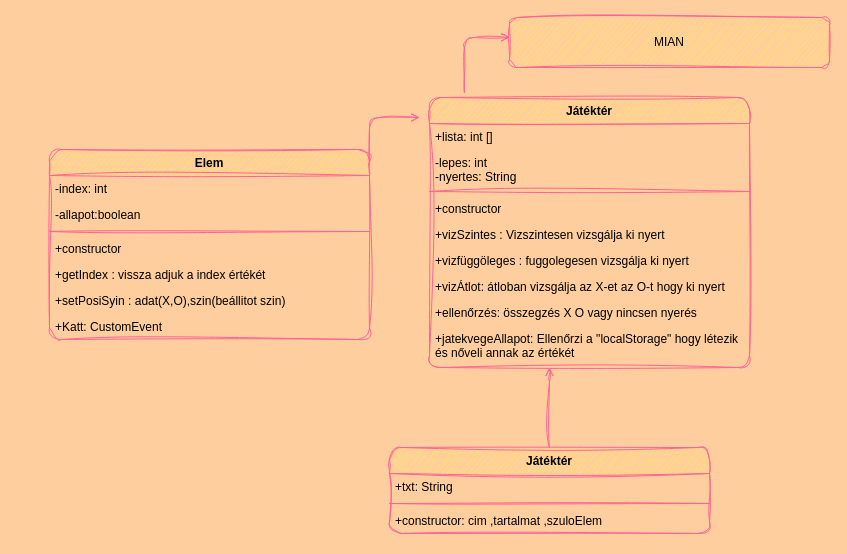
Before: tictactoe/tictactoe.drawio in sandbox-jatek/aktivjatekok, a draw.io diagram. Source tidied: cells renumbered, new cells numbered last; positions are measured from the earlier drawing's top-left corner, leaving out a move shared by most shapes. Both pictures are drawn from the tidied source at 100%, with x=0, y=0 at pixel (49, 17).
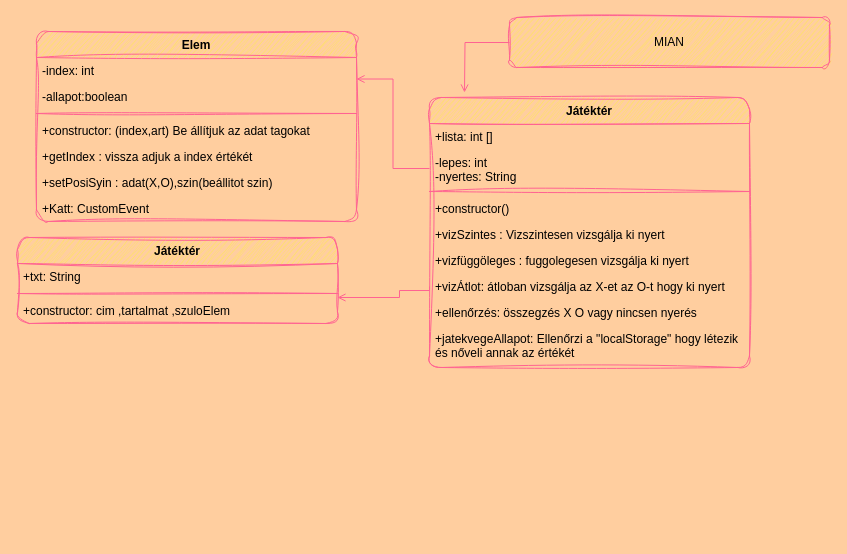
After the change.

Commit message (it also covers changes not shown here):
Ujitot UML tábla javitva

Unchanged cells that the change refers to:
```xml
<mxCell id="10" value="Játéktér" style="swimlane;fontStyle=1;align=center;verticalAlign=top;horizontal=1;startSize=26;whiteSpace=wrap;html=1;sketch=1;curveFitting=1;jiggle=2;rounded=1;labelBackgroundColor=none;fillColor=#FFE45E;strokeColor=#FF6392;fontColor=#000000;" parent="1" vertex="1">
  <mxGeometry x="380" y="80" width="320" height="270" as="geometry" />
</mxCell>
<mxCell id="12" value="-lepes: int&amp;nbsp;&lt;br&gt;-nyertes: String" style="text;strokeColor=none;fillColor=none;align=left;verticalAlign=top;spacingLeft=4;spacingRight=4;overflow=hidden;points=[[0,0.5],[1,0.5]];portConstraint=eastwest;whiteSpace=wrap;html=1;sketch=1;curveFitting=1;jiggle=2;rounded=1;labelBackgroundColor=none;fontColor=#000000;" parent="10" vertex="1">
  <mxGeometry y="52" width="320" height="38" as="geometry" />
</mxCell>
<mxCell id="17" value="+vizÁtlot: átloban vizsgálja az X-et az O-t hogy ki nyert&amp;nbsp;" style="text;strokeColor=none;fillColor=none;align=left;verticalAlign=top;spacingLeft=4;spacingRight=4;overflow=hidden;points=[[0,0.5],[1,0.5]];portConstraint=eastwest;whiteSpace=wrap;html=1;sketch=1;curveFitting=1;jiggle=2;rounded=1;labelBackgroundColor=none;fontColor=#000000;" parent="10" vertex="1">
  <mxGeometry y="176" width="320" height="26" as="geometry" />
</mxCell>
<mxCell id="20" value="MIAN" style="html=1;whiteSpace=wrap;sketch=1;curveFitting=1;jiggle=2;rounded=1;labelBackgroundColor=none;fillColor=#FFE45E;strokeColor=#FF6392;fontColor=#000000;" parent="1" vertex="1">
  <mxGeometry x="460" width="320" height="50" as="geometry" />
</mxCell>
```

The edit, as a diff of the source:
```diff
@@
     <mxCell id="2" value="Elem" style="swimlane;fontStyle=1;align=center;verticalAlign=top;horizontal=1;startSize=26;whiteSpace=wrap;html=1;sketch=1;curveFitting=1;jiggle=2;rounded=1;labelBackgroundColor=none;fillColor=#FFE45E;strokeColor=#FF6392;fontColor=#000000;" parent="1" vertex="1">
-      <mxGeometry y="132" width="320" height="190" as="geometry" />
+      <mxGeometry x="-13" y="14" width="320" height="190" as="geometry" />
     </mxCell>
@@
-    <mxCell id="6" value="+constructor" style="text;strokeColor=none;fillColor=none;align=left;verticalAlign=top;spacingLeft=4;spacingRight=4;overflow=hidden;whiteSpace=wrap;html=1;sketch=1;curveFitting=1;jiggle=2;rounded=1;labelBackgroundColor=none;fontColor=#000000;" parent="2" vertex="1">
+    <mxCell id="6" value="+constructor: (index,art) Be állítjuk az adat tagokat" style="text;strokeColor=none;fillColor=none;align=left;verticalAlign=top;spacingLeft=4;spacingRight=4;overflow=hidden;whiteSpace=wrap;html=1;sketch=1;curveFitting=1;jiggle=2;rounded=1;labelBackgroundColor=none;fontColor=#000000;" parent="2" vertex="1">
       <mxGeometry y="86" width="320" height="26" as="geometry" />
     </mxCell>
@@
-    <mxCell id="14" value="+constructor" style="text;strokeColor=none;fillColor=none;align=left;verticalAlign=top;spacingLeft=4;spacingRight=4;overflow=hidden;whiteSpace=wrap;html=1;sketch=1;curveFitting=1;jiggle=2;rounded=1;labelBackgroundColor=none;fontColor=#000000;" parent="10" vertex="1">
+    <mxCell id="14" value="+constructor()" style="text;strokeColor=none;fillColor=none;align=left;verticalAlign=top;spacingLeft=4;spacingRight=4;overflow=hidden;whiteSpace=wrap;html=1;sketch=1;curveFitting=1;jiggle=2;rounded=1;labelBackgroundColor=none;fontColor=#000000;" parent="10" vertex="1">
       <mxGeometry y="98" width="320" height="26" as="geometry" />
     </mxCell>
@@
+    <mxCell id="28" style="edgeStyle=orthogonalEdgeStyle;rounded=0;jettySize=auto;html=1;strokeColor=#FF6392;endArrow=open;endFill=0;" parent="1" edge="1" source="20">
+      <mxGeometry relative="1" as="geometry">
+        <mxPoint x="415" y="75" as="targetPoint" />
+      </mxGeometry>
+    </mxCell>
@@
-    <mxCell id="21" style="html=1;verticalAlign=bottom;endArrow=open;edgeStyle=elbowEdgeStyle;elbow=vertical;curved=0;rounded=1;exitX=1;exitY=0.073;exitDx=0;exitDy=0;exitPerimeter=0;endFill=0;sketch=1;curveFitting=1;jiggle=2;labelBackgroundColor=none;strokeColor=#FF6392;fontColor=#000000;" parent="1" edge="1" source="2">
-      <mxGeometry relative="1" as="geometry">
-        <mxPoint x="370" y="100" as="targetPoint" />
-        <Array as="points">
-          <mxPoint x="340" y="100" />
-        </Array>
-      </mxGeometry>
-    </mxCell>
-    <mxCell id="22" style="html=1;verticalAlign=bottom;endArrow=open;edgeStyle=elbowEdgeStyle;elbow=vertical;curved=0;rounded=1;exitX=0.109;exitY=-0.019;exitDx=0;exitDy=0;exitPerimeter=0;endFill=0;sketch=1;curveFitting=1;jiggle=2;labelBackgroundColor=none;strokeColor=#FF6392;fontColor=#000000;" parent="1" edge="1" source="10">
-      <mxGeometry relative="1" as="geometry">
-        <mxPoint x="460" y="20" as="targetPoint" />
-        <Array as="points">
-          <mxPoint x="380" y="20" />
-        </Array>
-      </mxGeometry>
-    </mxCell>
-    <mxCell id="23" style="edgeStyle=orthogonalEdgeStyle;rounded=1;jettySize=auto;html=1;endArrow=open;endFill=0;sketch=1;curveFitting=1;jiggle=2;labelBackgroundColor=none;strokeColor=#FF6392;fontColor=#000000;" parent="1" edge="1" source="24">
-      <mxGeometry relative="1" as="geometry">
-        <mxPoint x="500" y="350" as="targetPoint" />
-        <Array as="points">
-          <mxPoint x="500" y="354" />
-        </Array>
-      </mxGeometry>
-    </mxCell>
     <mxCell id="24" value="Játéktér" style="swimlane;fontStyle=1;align=center;verticalAlign=top;horizontal=1;startSize=26;whiteSpace=wrap;html=1;sketch=1;curveFitting=1;jiggle=2;rounded=1;labelBackgroundColor=none;fillColor=#FFE45E;strokeColor=#FF6392;fontColor=#000000;" parent="1" vertex="1">
-      <mxGeometry x="340" y="430" width="320" height="86" as="geometry" />
+      <mxGeometry x="-32" y="220" width="320" height="86" as="geometry" />
     </mxCell>
@@
+    <mxCell id="29" style="edgeStyle=orthogonalEdgeStyle;rounded=0;jettySize=auto;html=1;entryX=1;entryY=0.25;entryDx=0;entryDy=0;endArrow=open;endFill=0;strokeColor=#FF6392;" parent="1" edge="1" source="12" target="2">
+      <mxGeometry relative="1" as="geometry" />
+    </mxCell>
+    <mxCell id="30" style="edgeStyle=orthogonalEdgeStyle;rounded=0;jettySize=auto;html=1;exitX=0;exitY=0.5;exitDx=0;exitDy=0;strokeColor=#FF6392;endArrow=open;endFill=0;" parent="1" edge="1" source="17" target="24">
+      <mxGeometry relative="1" as="geometry">
+        <Array as="points">
+          <mxPoint x="380" y="273" />
+          <mxPoint x="350" y="273" />
+          <mxPoint x="350" y="280" />
+        </Array>
+      </mxGeometry>
+    </mxCell>
```
